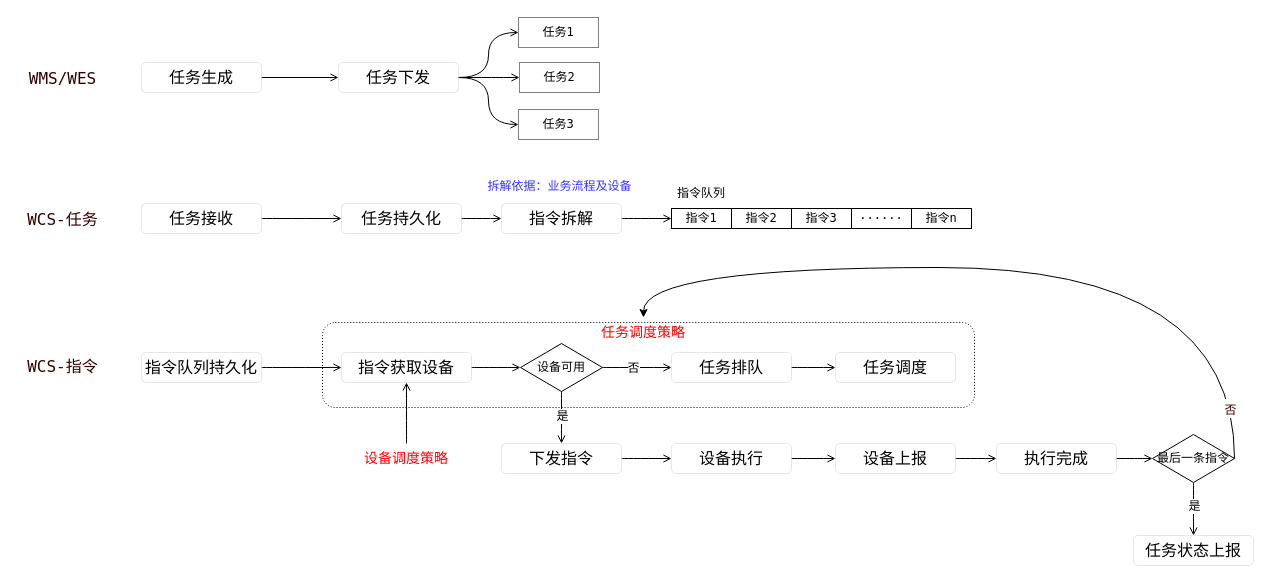
The draw.io diagram wcs核心流程.drawio in xingly/draw.io, before the edit. Source tidied: cells renumbered, new cells numbered last; positions are measured from the earlier drawing's top-left corner, leaving out a move shared by most shapes. Both pictures are drawn from the tidied source at 100%, with x=0, y=0 at pixel (17, 17).
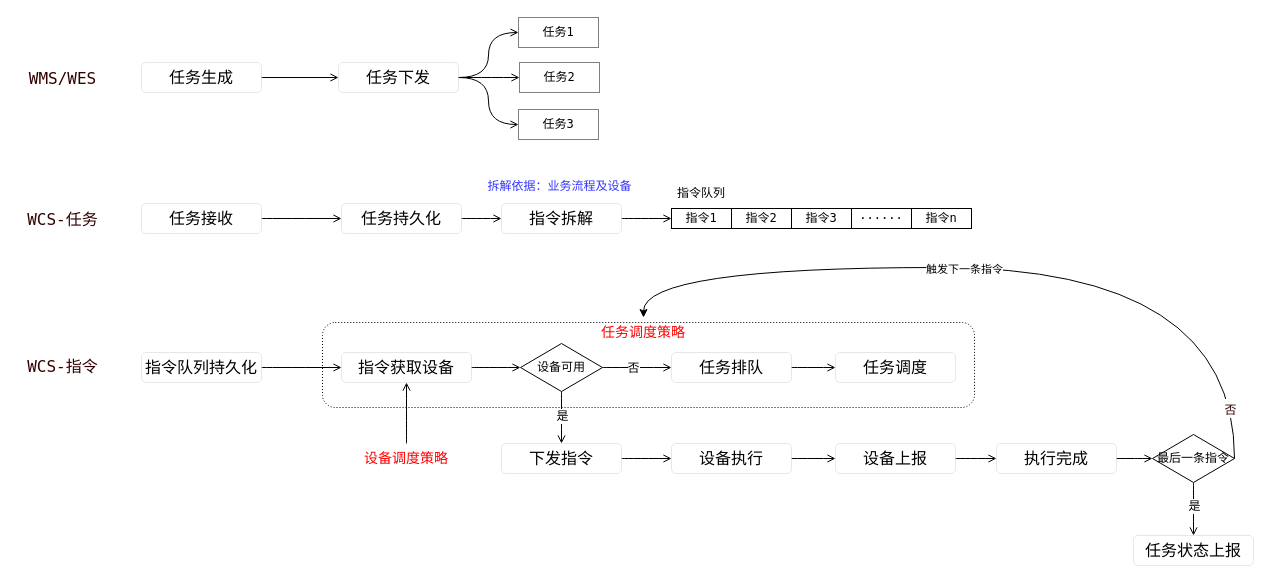
The same diagram, later.

Commit message:
更新wcs核心流程.drawio

Unchanged cells that the change refers to:
```xml
<mxCell id="46" style="edgeStyle=orthogonalEdgeStyle;curved=1;rounded=0;jettySize=auto;html=1;exitX=1;exitY=0.5;exitDx=0;exitDy=0;entryX=0.5;entryY=0;entryDx=0;entryDy=0;strokeWidth=1;fontFamily=Lucida Console;fontSize=16;fontColor=#3333FF;endArrow=classic;endFill=1;" parent="1" edge="1" source="48" target="51">
  <mxGeometry relative="1" as="geometry">
    <Array as="points">
      <mxPoint x="1217" y="250" />
      <mxPoint x="626" y="250" />
    </Array>
  </mxGeometry>
</mxCell>
```

What changed in the source:
```diff
@@
+    <mxCell id="57" value="触发下一条指令" style="edgeLabel;html=1;align=center;verticalAlign=middle;" parent="46" vertex="1">
+      <mxGeometry x="0.11" y="1" relative="1" as="geometry" />
+    </mxCell>
```
